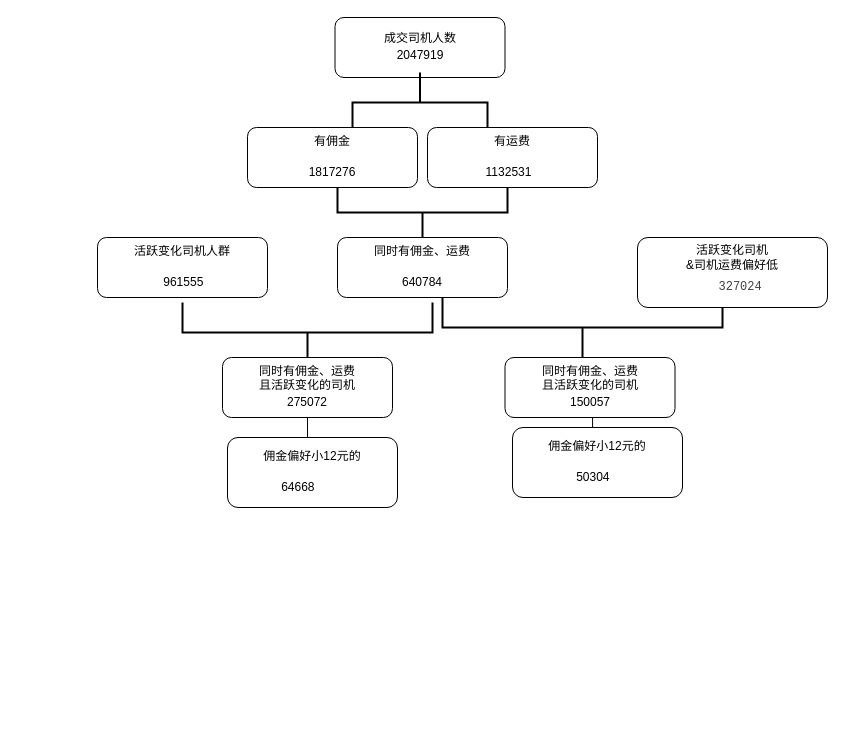
Earlier version of the draw.io diagram Untitled Diagram.drawio (zhujinqiu/zjq_first). Source tidied: cells renumbered, new cells numbered last; positions are measured from the earlier drawing's top-left corner, leaving out a move shared by most shapes. Both pictures are drawn from the tidied source at 100%, with x=0, y=0 at pixel (97, 17).
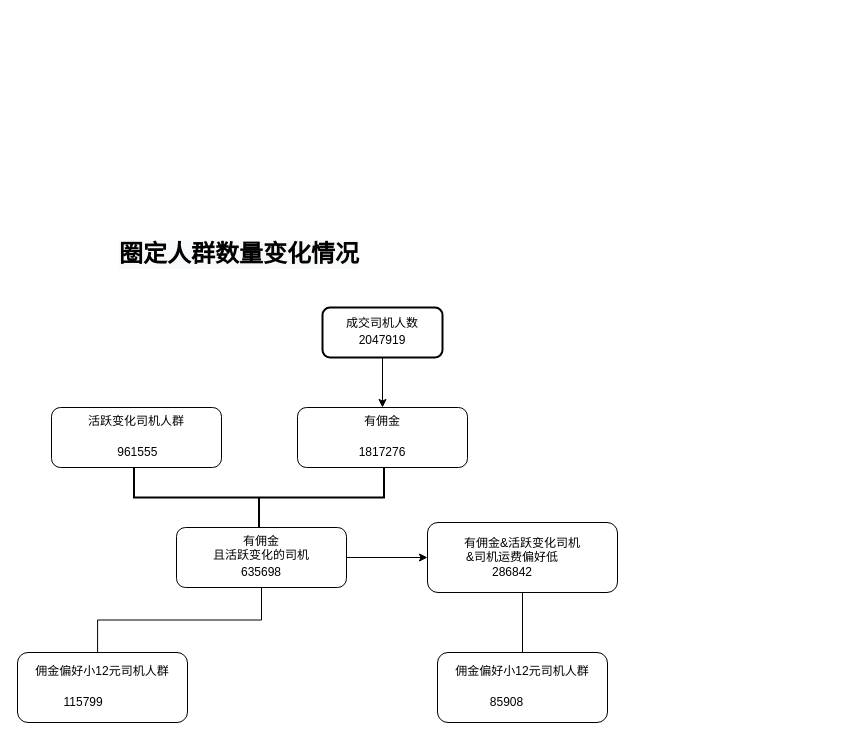
Above is the later version.

Change to the diagram source:
```diff
@@
 <mxGraphModel>
   <root>
     <mxCell id="0" />
     <mxCell id="1" parent="0" />
-    <mxCell id="2" value="成交司机人数&lt;br&gt;&lt;table width=&quot;96&quot; cellspacing=&quot;0&quot; cellpadding=&quot;0&quot; border=&quot;0&quot;&gt;&lt;tbody&gt;&lt;tr style=&quot;height:14.0pt&quot; height=&quot;19&quot;&gt;  &lt;td style=&quot;height:14.0pt;width:72pt&quot; width=&quot;96&quot; height=&quot;19&quot;&gt;2047919&lt;/td&gt;&lt;/tr&gt;&lt;/tbody&gt;&lt;/table&gt;" style="rounded=1;whiteSpace=wrap;html=1;fontSize=12;glass=0;strokeWidth=1;shadow=0;align=center;" parent="1" vertex="1">
-      <mxGeometry x="237.5" width="170" height="60" as="geometry" />
-    </mxCell>
-    <mxCell id="3" style="strokeWidth=2;html=1;shape=mxgraph.flowchart.annotation_2;align=left;labelPosition=right;rotation=90;" parent="1" vertex="1">
-      <mxGeometry x="292.5" y="17.5" width="60" height="135" as="geometry" />
-    </mxCell>
     <mxCell id="4" value="有佣金&lt;br&gt;&lt;table width=&quot;96&quot; cellspacing=&quot;0&quot; cellpadding=&quot;0&quot; border=&quot;0&quot;&gt;&lt;tbody&gt;&lt;tr style=&quot;height:14.0pt&quot; height=&quot;19&quot;&gt;&lt;td style=&quot;height:14.0pt;width:72pt&quot; width=&quot;96&quot; height=&quot;19&quot;&gt;&lt;br&gt;&lt;table width=&quot;96&quot; cellspacing=&quot;0&quot; cellpadding=&quot;0&quot; border=&quot;0&quot;&gt;&lt;tbody&gt;&lt;tr style=&quot;height:14.0pt&quot; height=&quot;19&quot;&gt;  &lt;td style=&quot;height:14.0pt;width:72pt&quot; width=&quot;96&quot; height=&quot;19&quot;&gt;1817276&lt;/td&gt;&lt;/tr&gt;&lt;/tbody&gt;&lt;/table&gt;&lt;/td&gt;&lt;/tr&gt;&lt;/tbody&gt;&lt;/table&gt;" style="rounded=1;whiteSpace=wrap;html=1;fontSize=12;glass=0;strokeWidth=1;shadow=0;align=center;" parent="1" vertex="1">
-      <mxGeometry x="150" y="110" width="170" height="60" as="geometry" />
+      <mxGeometry x="200" y="390" width="170" height="60" as="geometry" />
     </mxCell>
-    <mxCell id="5" value="有运费&lt;br&gt;&lt;table width=&quot;96&quot; cellspacing=&quot;0&quot; cellpadding=&quot;0&quot; border=&quot;0&quot;&gt;&lt;tbody&gt;&lt;tr style=&quot;height:14.0pt&quot; height=&quot;19&quot;&gt;  &lt;td style=&quot;height:14.0pt;width:72pt&quot; width=&quot;96&quot; height=&quot;19&quot;&gt;&lt;br&gt;&lt;table width=&quot;69&quot; cellspacing=&quot;0&quot; cellpadding=&quot;0&quot; border=&quot;0&quot;&gt;&lt;tbody&gt;&lt;tr style=&quot;height:14.0pt&quot; height=&quot;19&quot;&gt;  &lt;td style=&quot;height:14.0pt;width:52pt&quot; width=&quot;69&quot; height=&quot;19&quot;&gt;&amp;nbsp; &amp;nbsp; &amp;nbsp; 1132531&lt;/td&gt;&lt;/tr&gt;&lt;/tbody&gt;&lt;/table&gt;&lt;/td&gt;&lt;/tr&gt;&lt;/tbody&gt;&lt;/table&gt;" style="rounded=1;whiteSpace=wrap;html=1;fontSize=12;glass=0;strokeWidth=1;shadow=0;align=center;" parent="1" vertex="1">
-      <mxGeometry x="330" y="110" width="170" height="60" as="geometry" />
-    </mxCell>
-    <mxCell id="6" style="strokeWidth=2;html=1;shape=mxgraph.flowchart.annotation_2;align=left;labelPosition=right;rotation=-90;" parent="1" vertex="1">
-      <mxGeometry x="300" y="110" width="50" height="170" as="geometry" />
-    </mxCell>
-    <mxCell id="7" value="同时有佣金、运费&lt;br&gt;&lt;table width=&quot;96&quot; cellspacing=&quot;0&quot; cellpadding=&quot;0&quot; border=&quot;0&quot;&gt;&lt;tbody&gt;&lt;tr style=&quot;height:14.0pt&quot; height=&quot;19&quot;&gt;&lt;td style=&quot;height:14.0pt;width:72pt&quot; width=&quot;96&quot; height=&quot;19&quot;&gt;&lt;table style=&quot;border-collapse:&lt;br/&gt; collapse;width:72pt&quot; width=&quot;96&quot; cellspacing=&quot;0&quot; cellpadding=&quot;0&quot; border=&quot;0&quot;&gt;&lt;tbody&gt;&lt;tr style=&quot;height:14.0pt&quot; height=&quot;19&quot;&gt;&lt;br/&gt;  &lt;td style=&quot;height:14.0pt;width:72pt&quot; width=&quot;96&quot; height=&quot;19&quot;&gt;640784&lt;/td&gt;&lt;/tr&gt;&lt;/tbody&gt;&lt;/table&gt;&lt;/td&gt;&lt;/tr&gt;&lt;/tbody&gt;&lt;/table&gt;" style="rounded=1;whiteSpace=wrap;html=1;fontSize=12;glass=0;strokeWidth=1;shadow=0;align=center;" parent="1" vertex="1">
-      <mxGeometry x="240" y="220" width="170" height="60" as="geometry" />
-    </mxCell>
     <mxCell id="8" value="活跃变化司机人群&lt;br&gt;&lt;table width=&quot;96&quot; cellspacing=&quot;0&quot; cellpadding=&quot;0&quot; border=&quot;0&quot;&gt;&lt;tbody&gt;&lt;tr style=&quot;height:14.0pt&quot; height=&quot;19&quot;&gt;  &lt;td style=&quot;height:14.0pt;width:72pt&quot; width=&quot;96&quot; height=&quot;19&quot;&gt;&lt;table style=&quot;border-collapse:&lt;br/&gt; collapse;width:52pt&quot; width=&quot;69&quot; cellspacing=&quot;0&quot; cellpadding=&quot;0&quot; border=&quot;0&quot;&gt;&lt;tbody&gt;&lt;tr style=&quot;height:14.0pt&quot; height=&quot;19&quot;&gt;&lt;br/&gt;  &lt;td style=&quot;height:14.0pt;width:52pt&quot; width=&quot;69&quot; align=&quot;right&quot; height=&quot;19&quot;&gt;961555&lt;/td&gt;&lt;/tr&gt;&lt;/tbody&gt;&lt;/table&gt;&lt;/td&gt;&lt;/tr&gt;&lt;/tbody&gt;&lt;/table&gt;" style="rounded=1;whiteSpace=wrap;html=1;fontSize=12;glass=0;strokeWidth=1;shadow=0;align=center;" parent="1" vertex="1">
-      <mxGeometry y="220" width="170" height="60" as="geometry" />
+      <mxGeometry x="-46" y="390" width="170" height="60" as="geometry" />
     </mxCell>
     <mxCell id="9" style="strokeWidth=2;html=1;shape=mxgraph.flowchart.annotation_2;align=left;labelPosition=right;rotation=-90;" parent="1" vertex="1">
-      <mxGeometry x="180" y="190" width="60" height="250" as="geometry" />
+      <mxGeometry x="131.5" y="355" width="60" height="250" as="geometry" />
     </mxCell>
     <mxCell id="10" style="edgeStyle=orthogonalEdgeStyle;rounded=0;jettySize=auto;html=1;exitX=0.5;exitY=1;exitDx=0;exitDy=0;entryX=0.471;entryY=0.167;entryDx=0;entryDy=0;entryPerimeter=0;" parent="1" edge="1" source="11" target="12">
       <mxGeometry relative="1" as="geometry" />
     </mxCell>
+    <mxCell id="18" style="edgeStyle=none;rounded=0;jettySize=auto;html=1;" parent="1" edge="1" source="11" target="14">
+      <mxGeometry relative="1" as="geometry" />
+    </mxCell>
-    <mxCell id="11" value="同时有佣金、运费&lt;br&gt;&lt;table width=&quot;96&quot; cellspacing=&quot;0&quot; cellpadding=&quot;0&quot; border=&quot;0&quot;&gt;&lt;tbody&gt;&lt;tr style=&quot;height:14.0pt&quot; height=&quot;19&quot;&gt;&lt;td style=&quot;height:14.0pt;width:72pt&quot; width=&quot;96&quot; height=&quot;19&quot;&gt;且活跃变化的司机&lt;br&gt;&lt;table width=&quot;96&quot; cellspacing=&quot;0&quot; cellpadding=&quot;0&quot; border=&quot;0&quot;&gt;&lt;tbody&gt;&lt;tr style=&quot;height:14.0pt&quot; height=&quot;19&quot;&gt;  &lt;td style=&quot;height:14.0pt;width:72pt&quot; width=&quot;96&quot; height=&quot;19&quot;&gt;275072&lt;/td&gt;&lt;/tr&gt;&lt;/tbody&gt;&lt;/table&gt;&lt;/td&gt;&lt;/tr&gt;&lt;/tbody&gt;&lt;/table&gt;" style="rounded=1;whiteSpace=wrap;html=1;fontSize=12;glass=0;strokeWidth=1;shadow=0;align=center;" parent="1" vertex="1">
-      <mxGeometry x="125" y="340" width="170" height="60" as="geometry" />
+    <mxCell id="11" value="有佣金&lt;br&gt;&lt;table width=&quot;96&quot; cellspacing=&quot;0&quot; cellpadding=&quot;0&quot; border=&quot;0&quot;&gt;&lt;tbody&gt;&lt;tr style=&quot;height:14.0pt&quot; height=&quot;19&quot;&gt;&lt;td style=&quot;height:14.0pt;width:72pt&quot; width=&quot;96&quot; height=&quot;19&quot;&gt;且活跃变化的司机&lt;br&gt;&lt;table width=&quot;96&quot; cellspacing=&quot;0&quot; cellpadding=&quot;0&quot; border=&quot;0&quot;&gt;&lt;tbody&gt;&lt;tr style=&quot;height:14.0pt&quot; height=&quot;19&quot;&gt;  &lt;td style=&quot;height:14.0pt;width:72pt&quot; width=&quot;96&quot; height=&quot;19&quot;&gt;635698&lt;/td&gt;&lt;/tr&gt;&lt;/tbody&gt;&lt;/table&gt;&lt;/td&gt;&lt;/tr&gt;&lt;/tbody&gt;&lt;/table&gt;" style="rounded=1;whiteSpace=wrap;html=1;fontSize=12;glass=0;strokeWidth=1;shadow=0;align=center;" parent="1" vertex="1">
+      <mxGeometry x="79" y="510" width="170" height="60" as="geometry" />
     </mxCell>
-    <mxCell id="12" value="佣金偏好小12元的&lt;br&gt;&lt;table width=&quot;96&quot; cellspacing=&quot;0&quot; cellpadding=&quot;0&quot; border=&quot;0&quot;&gt;&lt;tbody&gt;&lt;tr style=&quot;height:14.0pt&quot; height=&quot;19&quot;&gt;  &lt;td style=&quot;height:14.0pt;width:72pt&quot; width=&quot;96&quot; height=&quot;19&quot;&gt;&lt;br&gt;&lt;table width=&quot;69&quot; cellspacing=&quot;0&quot; cellpadding=&quot;0&quot; border=&quot;0&quot;&gt;&lt;tbody&gt;&lt;tr style=&quot;height:14.0pt&quot; height=&quot;19&quot;&gt;  &lt;td style=&quot;height:14.0pt;width:52pt&quot; width=&quot;69&quot; height=&quot;19&quot;&gt;64668&lt;br&gt;&lt;/td&gt;&lt;/tr&gt;&lt;/tbody&gt;&lt;/table&gt;&lt;/td&gt;&lt;/tr&gt;&lt;/tbody&gt;&lt;/table&gt;" style="rounded=1;whiteSpace=wrap;html=1;fontSize=12;glass=0;strokeWidth=1;shadow=0;align=center;" parent="1" vertex="1">
-      <mxGeometry x="130" y="420" width="170" height="70" as="geometry" />
+    <mxCell id="12" value="佣金偏好小12元司机人群&lt;br&gt;&lt;table width=&quot;96&quot; cellspacing=&quot;0&quot; cellpadding=&quot;0&quot; border=&quot;0&quot;&gt;&lt;tbody&gt;&lt;tr style=&quot;height:14.0pt&quot; height=&quot;19&quot;&gt;  &lt;td style=&quot;height:14.0pt;width:72pt&quot; width=&quot;96&quot; height=&quot;19&quot;&gt;&lt;br&gt;&lt;table width=&quot;69&quot; cellspacing=&quot;0&quot; cellpadding=&quot;0&quot; border=&quot;0&quot;&gt;&lt;tbody&gt;&lt;tr style=&quot;height:14.0pt&quot; height=&quot;19&quot;&gt;  &lt;td style=&quot;height:14.0pt;width:52pt&quot; width=&quot;69&quot; height=&quot;19&quot;&gt;&amp;nbsp; &amp;nbsp; &amp;nbsp; &amp;nbsp; 115799&lt;br&gt;&lt;/td&gt;&lt;/tr&gt;&lt;/tbody&gt;&lt;/table&gt;&lt;/td&gt;&lt;/tr&gt;&lt;/tbody&gt;&lt;/table&gt;" style="rounded=1;whiteSpace=wrap;html=1;fontSize=12;glass=0;strokeWidth=1;shadow=0;align=center;" parent="1" vertex="1">
+      <mxGeometry x="-80" y="635" width="170" height="70" as="geometry" />
     </mxCell>
-    <mxCell id="13" style="strokeWidth=2;html=1;shape=mxgraph.flowchart.annotation_2;align=left;labelPosition=right;rotation=-90;" parent="1" vertex="1">
-      <mxGeometry x="455" y="170" width="60" height="280" as="geometry" />
-    </mxCell>
-    <mxCell id="14" value="活跃变化司机&lt;br&gt;&lt;table width=&quot;96&quot; cellspacing=&quot;0&quot; cellpadding=&quot;0&quot; border=&quot;0&quot;&gt;&lt;tbody&gt;&lt;tr style=&quot;height:14.0pt&quot; height=&quot;19&quot;&gt;  &lt;td style=&quot;height:14.0pt;width:72pt&quot; width=&quot;96&quot; height=&quot;19&quot;&gt;&amp;amp;司机运费偏好低&lt;br&gt;&lt;table width=&quot;69&quot; cellspacing=&quot;0&quot; cellpadding=&quot;0&quot; border=&quot;0&quot;&gt;&lt;tbody&gt;&lt;tr style=&quot;height:14.0pt&quot; height=&quot;19&quot;&gt;  &lt;td style=&quot;height:14.0pt;width:52pt&quot; width=&quot;69&quot; height=&quot;19&quot;&gt;&lt;pre style=&quot;font-family: monospace, monospace; box-sizing: border-box; margin-top: 0px; margin-bottom: 0px; overflow-wrap: break-word; display: inline-block; width: calc(100% - 240px); line-height: 20px; padding: 5px 0px; color: rgb(66, 66, 66); background-color: rgb(255, 255, 255);&quot; class=&quot;row-content&quot; data-v-01dd2026=&quot;&quot;&gt;327024&lt;/pre&gt;&lt;br&gt;&lt;/td&gt;&lt;/tr&gt;&lt;/tbody&gt;&lt;/table&gt;&lt;/td&gt;&lt;/tr&gt;&lt;/tbody&gt;&lt;/table&gt;" style="rounded=1;whiteSpace=wrap;html=1;fontSize=12;glass=0;strokeWidth=1;shadow=0;align=center;" parent="1" vertex="1">
-      <mxGeometry x="540" y="220" width="190" height="70" as="geometry" />
+    <mxCell id="14" value="有佣金&amp;amp;活跃变化司机&lt;br&gt;&lt;table width=&quot;96&quot; cellspacing=&quot;0&quot; cellpadding=&quot;0&quot; border=&quot;0&quot;&gt;&lt;tbody&gt;&lt;tr style=&quot;height:14.0pt&quot; height=&quot;19&quot;&gt;  &lt;td style=&quot;height:14.0pt;width:72pt&quot; width=&quot;96&quot; height=&quot;19&quot;&gt;&amp;amp;司机运费偏好低286842&lt;br&gt;&lt;/td&gt;&lt;/tr&gt;&lt;/tbody&gt;&lt;/table&gt;" style="rounded=1;whiteSpace=wrap;html=1;fontSize=12;glass=0;strokeWidth=1;shadow=0;align=center;" parent="1" vertex="1">
+      <mxGeometry x="330" y="505" width="190" height="70" as="geometry" />
     </mxCell>
-    <mxCell id="15" style="edgeStyle=orthogonalEdgeStyle;rounded=0;jettySize=auto;html=1;exitX=0.5;exitY=1;exitDx=0;exitDy=0;entryX=0.471;entryY=0.167;entryDx=0;entryDy=0;entryPerimeter=0;" parent="1" edge="1" source="16" target="17">
-      <mxGeometry relative="1" as="geometry" />
+    <mxCell id="15" style="edgeStyle=orthogonalEdgeStyle;rounded=0;jettySize=auto;html=1;exitX=0.5;exitY=1;exitDx=0;exitDy=0;entryX=0.471;entryY=0.167;entryDx=0;entryDy=0;entryPerimeter=0;" parent="1" edge="1" target="17">
+      <mxGeometry relative="1" as="geometry">
+        <mxPoint x="425" y="575" as="sourcePoint" />
+        <Array as="points">
+          <mxPoint x="425" y="647" />
+          <mxPoint x="410" y="647" />
+        </Array>
+      </mxGeometry>
     </mxCell>
-    <mxCell id="16" value="同时有佣金、运费&lt;br&gt;&lt;table width=&quot;96&quot; cellspacing=&quot;0&quot; cellpadding=&quot;0&quot; border=&quot;0&quot;&gt;&lt;tbody&gt;&lt;tr style=&quot;height:14.0pt&quot; height=&quot;19&quot;&gt;&lt;td style=&quot;height:14.0pt;width:72pt&quot; width=&quot;96&quot; height=&quot;19&quot;&gt;且活跃变化的司机&lt;br&gt;&lt;table width=&quot;96&quot; cellspacing=&quot;0&quot; cellpadding=&quot;0&quot; border=&quot;0&quot;&gt;&lt;tbody&gt;&lt;tr style=&quot;height:14.0pt&quot; height=&quot;19&quot;&gt;  &lt;td style=&quot;height:14.0pt;width:72pt&quot; width=&quot;96&quot; height=&quot;19&quot;&gt;150057&lt;/td&gt;&lt;/tr&gt;&lt;/tbody&gt;&lt;/table&gt;&lt;/td&gt;&lt;/tr&gt;&lt;/tbody&gt;&lt;/table&gt;" style="rounded=1;whiteSpace=wrap;html=1;fontSize=12;glass=0;strokeWidth=1;shadow=0;align=center;" parent="1" vertex="1">
-      <mxGeometry x="407.5" y="340" width="170" height="60" as="geometry" />
-    </mxCell>
-    <mxCell id="17" value="佣金偏好小12元的&lt;br&gt;&lt;table width=&quot;96&quot; cellspacing=&quot;0&quot; cellpadding=&quot;0&quot; border=&quot;0&quot;&gt;&lt;tbody&gt;&lt;tr style=&quot;height:14.0pt&quot; height=&quot;19&quot;&gt;  &lt;td style=&quot;height:14.0pt;width:72pt&quot; width=&quot;96&quot; height=&quot;19&quot;&gt;&lt;br&gt;&lt;table width=&quot;69&quot; cellspacing=&quot;0&quot; cellpadding=&quot;0&quot; border=&quot;0&quot;&gt;&lt;tbody&gt;&lt;tr style=&quot;height:14.0pt&quot; height=&quot;19&quot;&gt;  &lt;td style=&quot;height:14.0pt;width:52pt&quot; width=&quot;69&quot; height=&quot;19&quot;&gt;&amp;nbsp; &amp;nbsp; &amp;nbsp; 50304&lt;/td&gt;&lt;/tr&gt;&lt;/tbody&gt;&lt;/table&gt;&lt;/td&gt;&lt;/tr&gt;&lt;/tbody&gt;&lt;/table&gt;" style="rounded=1;whiteSpace=wrap;html=1;fontSize=12;glass=0;strokeWidth=1;shadow=0;align=center;" parent="1" vertex="1">
-      <mxGeometry x="415" y="410" width="170" height="70" as="geometry" />
+    <mxCell id="17" value="佣金偏好小12元司机人群&lt;br&gt;&lt;table width=&quot;96&quot; cellspacing=&quot;0&quot; cellpadding=&quot;0&quot; border=&quot;0&quot;&gt;&lt;tbody&gt;&lt;tr style=&quot;height:14.0pt&quot; height=&quot;19&quot;&gt;  &lt;td style=&quot;height:14.0pt;width:72pt&quot; width=&quot;96&quot; height=&quot;19&quot;&gt;&lt;br&gt;&lt;table width=&quot;69&quot; cellspacing=&quot;0&quot; cellpadding=&quot;0&quot; border=&quot;0&quot;&gt;&lt;tbody&gt;&lt;tr style=&quot;height:14.0pt&quot; height=&quot;19&quot;&gt;  &lt;td style=&quot;height:14.0pt;width:52pt&quot; width=&quot;69&quot; height=&quot;19&quot;&gt;&amp;nbsp; &amp;nbsp; &amp;nbsp; &amp;nbsp; &amp;nbsp; 85908&lt;/td&gt;&lt;/tr&gt;&lt;/tbody&gt;&lt;/table&gt;&lt;/td&gt;&lt;/tr&gt;&lt;/tbody&gt;&lt;/table&gt;" style="rounded=1;whiteSpace=wrap;html=1;fontSize=12;glass=0;strokeWidth=1;shadow=0;align=center;" parent="1" vertex="1">
+      <mxGeometry x="340" y="635" width="170" height="70" as="geometry" />
     </mxCell>
+    <mxCell id="19" style="edgeStyle=none;rounded=0;jettySize=auto;html=1;" parent="1" edge="1" source="2" target="4">
+      <mxGeometry relative="1" as="geometry" />
+    </mxCell>
+    <mxCell id="2" value="&lt;span style=&quot;&quot;&gt;成交司机人数&lt;/span&gt;&lt;br style=&quot;&quot;&gt;&lt;table style=&quot;&quot; width=&quot;96&quot; cellspacing=&quot;0&quot; cellpadding=&quot;0&quot; border=&quot;0&quot;&gt;&lt;tbody&gt;&lt;tr style=&quot;height: 14pt;&quot; height=&quot;19&quot;&gt;&lt;td style=&quot;height: 14pt; width: 72pt;&quot; width=&quot;96&quot; height=&quot;19&quot;&gt;2047919&lt;/td&gt;&lt;/tr&gt;&lt;/tbody&gt;&lt;/table&gt;" style="rounded=1;whiteSpace=wrap;html=1;align=center;strokeWidth=2;" parent="1" vertex="1">
+      <mxGeometry x="225" y="290" width="120" height="50" as="geometry" />
+    </mxCell>
+    <mxCell id="20" value="&lt;h1&gt;&lt;br&gt;&lt;/h1&gt;" style="text;html=1;align=center;verticalAlign=middle;strokeColor=none;fillColor=none;" parent="1" vertex="1">
+      <mxGeometry x="30" y="225" width="20" height="50" as="geometry" />
+    </mxCell>
+    <mxCell id="21" value="&lt;h1 style=&quot;color: rgb(0, 0, 0); font-family: Helvetica; font-style: normal; font-variant-ligatures: normal; font-variant-caps: normal; letter-spacing: normal; orphans: 2; text-align: center; text-indent: 0px; text-transform: none; widows: 2; word-spacing: 0px; -webkit-text-stroke-width: 0px; background-color: rgb(248, 249, 250); text-decoration-thickness: initial; text-decoration-style: initial; text-decoration-color: initial;&quot;&gt;圈定人群数量变化情况&lt;/h1&gt;" style="text;whiteSpace=wrap;html=1;" parent="1" vertex="1">
+      <mxGeometry x="20" y="200" width="270" height="60" as="geometry" />
+    </mxCell>
   </root>
 </mxGraphModel>
```
